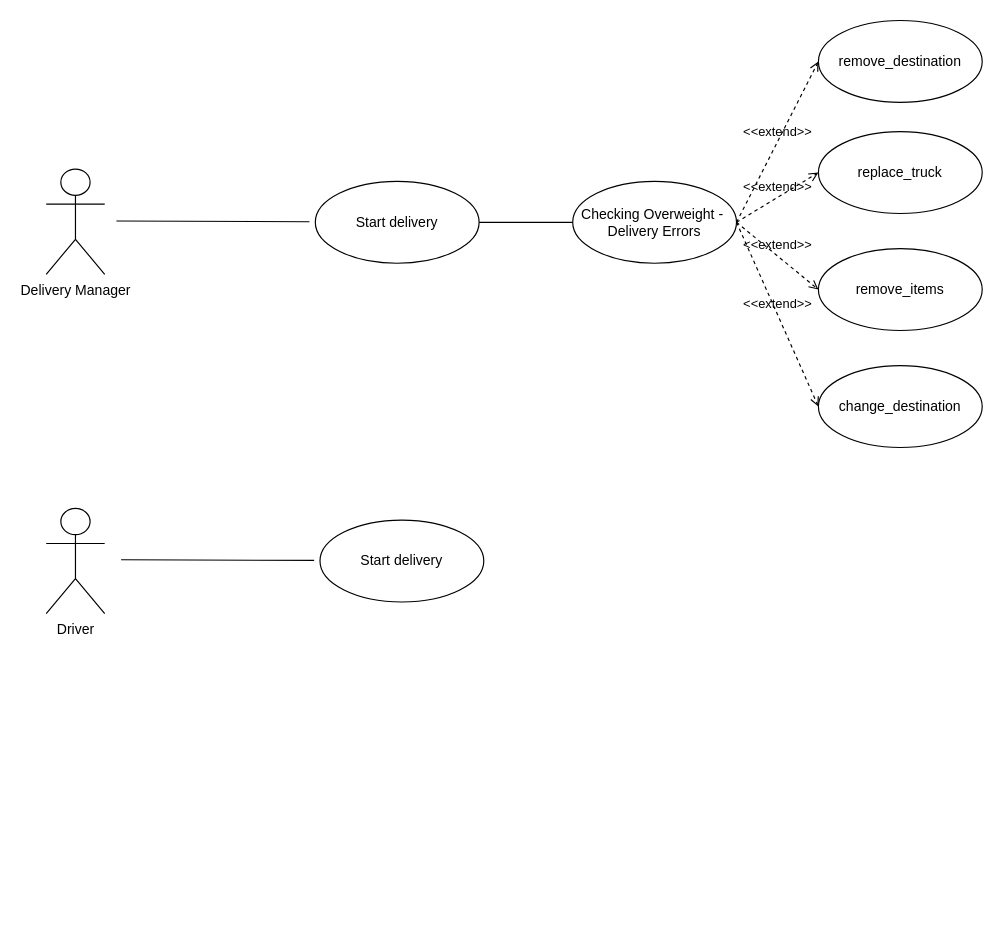
Above: docs/USE CASE 2.drawio in NatallieMirelashvili/ADSS_Group_E (draw.io), before the change. Source tidied: cells renumbered, new cells numbered last; positions are measured from the earlier drawing's top-left corner, leaving out a move shared by most shapes. Both pictures are drawn from the tidied source at 117%, with x=0, y=0 at pixel (46, 20).
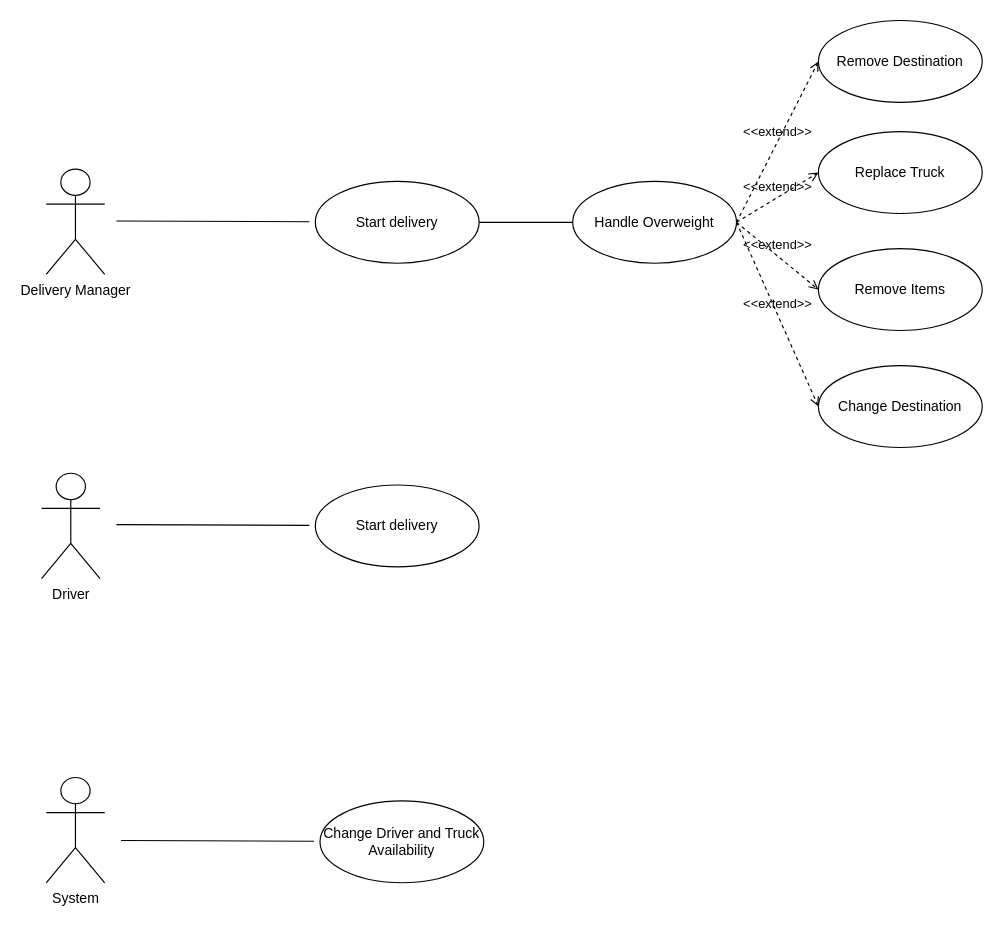
The same page after the edit.

Diff of the diagram source:
```diff
@@
-    <mxCell id="4" value="Checking Overweight -&amp;nbsp;&lt;div&gt;Delivery Errors&lt;/div&gt;" style="ellipse;whiteSpace=wrap;html=1;" parent="1" vertex="1">
+    <mxCell id="4" value="&lt;span class=&quot;hljs-string&quot;&gt;Handle&lt;/span&gt; &lt;span class=&quot;hljs-string&quot;&gt;Overweight&lt;/span&gt;" style="ellipse;whiteSpace=wrap;html=1;" parent="1" vertex="1">
       <mxGeometry x="450" y="137.5" width="140" height="70" as="geometry" />
     </mxCell>
-    <mxCell id="5" value="remove_destination" style="ellipse;whiteSpace=wrap;html=1;" parent="1" vertex="1">
+    <mxCell id="5" value="&lt;span class=&quot;hljs-string&quot;&gt;Remove&lt;/span&gt; &lt;span class=&quot;hljs-string&quot;&gt;Destination&lt;/span&gt;" style="ellipse;whiteSpace=wrap;html=1;" parent="1" vertex="1">
       <mxGeometry x="660" width="140" height="70" as="geometry" />
     </mxCell>
-    <mxCell id="6" value="replace_truck" style="ellipse;whiteSpace=wrap;html=1;" parent="1" vertex="1">
+    <mxCell id="6" value="&lt;span class=&quot;hljs-string&quot;&gt;Replace&lt;/span&gt; &lt;span class=&quot;hljs-string&quot;&gt;Truck&lt;/span&gt;" style="ellipse;whiteSpace=wrap;html=1;" parent="1" vertex="1">
       <mxGeometry x="660" y="95" width="140" height="70" as="geometry" />
     </mxCell>
-    <mxCell id="7" value="remove_items" style="ellipse;whiteSpace=wrap;html=1;" parent="1" vertex="1">
+    <mxCell id="7" value="&lt;span class=&quot;hljs-string&quot;&gt;Remove&lt;/span&gt; &lt;span class=&quot;hljs-string&quot;&gt;Items&lt;/span&gt;" style="ellipse;whiteSpace=wrap;html=1;" parent="1" vertex="1">
       <mxGeometry x="660" y="195" width="140" height="70" as="geometry" />
     </mxCell>
-    <mxCell id="8" value="change_destination" style="ellipse;whiteSpace=wrap;html=1;" parent="1" vertex="1">
+    <mxCell id="8" value="&lt;span class=&quot;hljs-string&quot;&gt;Change&lt;/span&gt; &lt;span class=&quot;hljs-string&quot;&gt;Destination&lt;/span&gt;" style="ellipse;whiteSpace=wrap;html=1;" parent="1" vertex="1">
       <mxGeometry x="660" y="295" width="140" height="70" as="geometry" />
     </mxCell>
@@
     <mxCell id="15" value="Driver" style="shape=umlActor;verticalLabelPosition=bottom;verticalAlign=top;html=1;" parent="1" vertex="1">
-      <mxGeometry y="417" width="50" height="90" as="geometry" />
+      <mxGeometry x="-4" y="387" width="50" height="90" as="geometry" />
     </mxCell>
     <mxCell id="16" value="Start delivery" style="ellipse;whiteSpace=wrap;html=1;" parent="1" vertex="1">
-      <mxGeometry x="234" y="427" width="140" height="70" as="geometry" />
+      <mxGeometry x="230" y="397" width="140" height="70" as="geometry" />
     </mxCell>
     <mxCell id="17" style="endArrow=none;html=1;rounded=0;exitX=1;exitY=0.5;exitDx=0;exitDy=0;entryX=0;entryY=0.5;entryDx=0;entryDy=0;" parent="1" edge="1">
       <mxGeometry relative="1" as="geometry">
-        <mxPoint x="64" y="460.9" as="sourcePoint" />
-        <mxPoint x="229" y="461.5" as="targetPoint" />
+        <mxPoint x="60" y="430.9" as="sourcePoint" />
+        <mxPoint x="225" y="431.5" as="targetPoint" />
       </mxGeometry>
     </mxCell>
+    <mxCell id="18" value="System" style="shape=umlActor;verticalLabelPosition=bottom;verticalAlign=top;html=1;" parent="1" vertex="1">
+      <mxGeometry y="647" width="50" height="90" as="geometry" />
+    </mxCell>
+    <mxCell id="19" value="&lt;span class=&quot;hljs-string&quot;&gt;Change&lt;/span&gt; &lt;span class=&quot;hljs-string&quot;&gt;Driver&lt;/span&gt; &lt;span class=&quot;hljs-string&quot;&gt;and&lt;/span&gt; &lt;span class=&quot;hljs-string&quot;&gt;Truck&lt;/span&gt; &lt;span class=&quot;hljs-string&quot;&gt;Availability&lt;/span&gt;" style="ellipse;whiteSpace=wrap;html=1;" parent="1" vertex="1">
+      <mxGeometry x="234" y="667" width="140" height="70" as="geometry" />
+    </mxCell>
+    <mxCell id="20" style="endArrow=none;html=1;rounded=0;exitX=1;exitY=0.5;exitDx=0;exitDy=0;entryX=0;entryY=0.5;entryDx=0;entryDy=0;" parent="1" edge="1">
+      <mxGeometry relative="1" as="geometry">
+        <mxPoint x="64" y="700.9" as="sourcePoint" />
+        <mxPoint x="229" y="701.5" as="targetPoint" />
+      </mxGeometry>
+    </mxCell>
```
